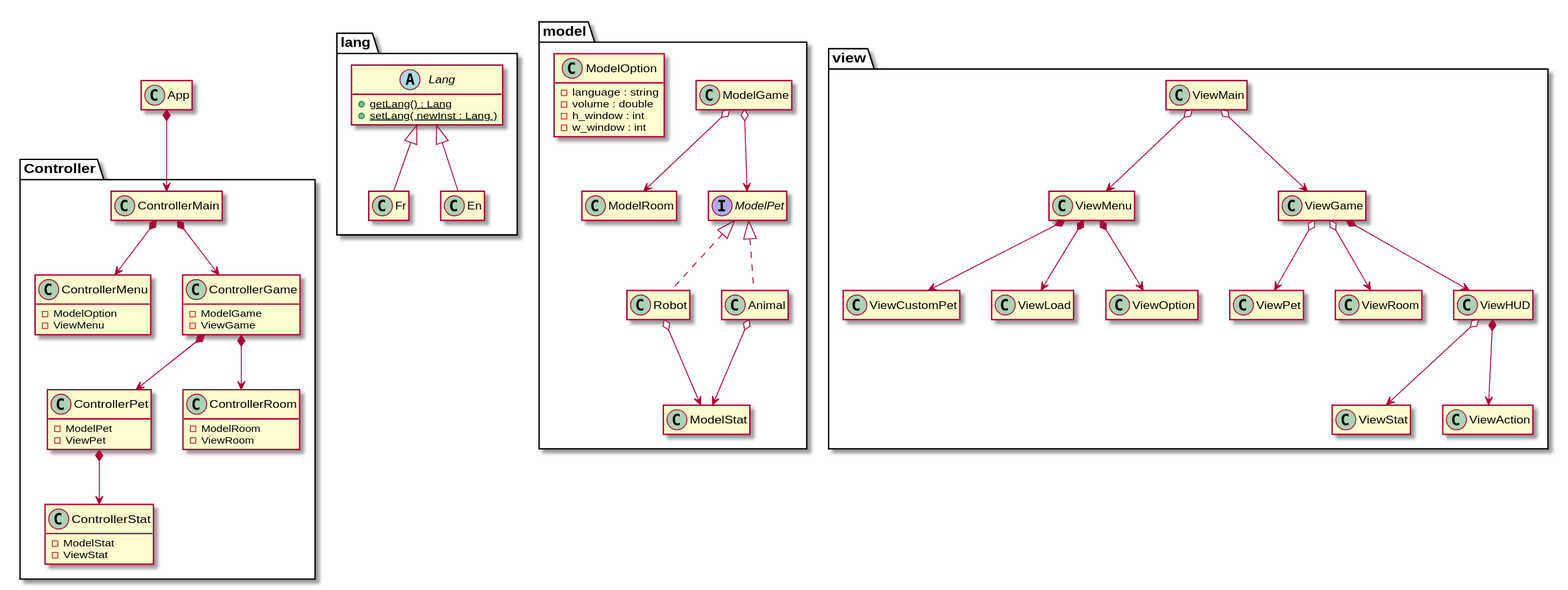
Earlier version of the PlantUML export diagrams/svg/diagram-class.svg (83NJAM1/Tamagotchi). The source it was exported from:
```plantuml
@startuml

hide empty attributes
hide empty methods

class App


package lang {
	abstract class Lang {
		+ {method} {static} getLang() : Lang
		+ {method} {static} setLang( newInst : Lang )
	}

	class Fr
	Class En

	Lang <|-- Fr
	Lang <|-- En
}

package model {
    class ModelRoom
    class ModelGame
    class ModelStat
    class ModelOption {
    	-language : string
	    -volume : double
	    -h_window : int
	    -w_window : int
    }
    interface ModelPet
    class Robot
    class Animal

    ModelPet <|.. Robot
    ModelPet <|.. Animal
    Animal o--> ModelStat
    Robot o--> ModelStat
    ModelGame o--> ModelPet
    ModelGame o--> ModelRoom
}

package view {
	class ViewMain
    class ViewPet
    class ViewRoom
    class ViewStat
    class ViewMenu
    class ViewCustomPet
    class ViewLoad
    class ViewAction
    class ViewOption
    class ViewGame
    class ViewHUD

    ViewMain o--> ViewGame
    ViewMain o--> ViewMenu
    ViewMenu *--> ViewOption
    ViewMenu *--> ViewCustomPet
    ViewMenu *--> ViewLoad
    ViewGame *--> ViewHUD
    ViewHUD  *--> ViewAction
    ViewHUD  o--> ViewStat
    ViewGame o--> ViewRoom
    ViewGame o--> ViewPet
}

package Controller {
    class ControllerMain

    class ControllerPet {
        -ModelPet
        -ViewPet
    }
    class ControllerRoom {
        -ModelRoom
        -ViewRoom
    }
    class ControllerStat {
        -ModelStat
        -ViewStat
    }
    class ControllerMenu {
        -ModelOption
        -ViewMenu
    }
    class ControllerGame {
        -ModelGame
        -ViewGame
    }

    ControllerPet *--> ControllerStat
    ControllerGame *--> ControllerPet
    ControllerGame *--> ControllerRoom
    ControllerMain *--> ControllerGame
    ControllerMain *--> ControllerMenu

}

App *--> ControllerMain

@enduml
```
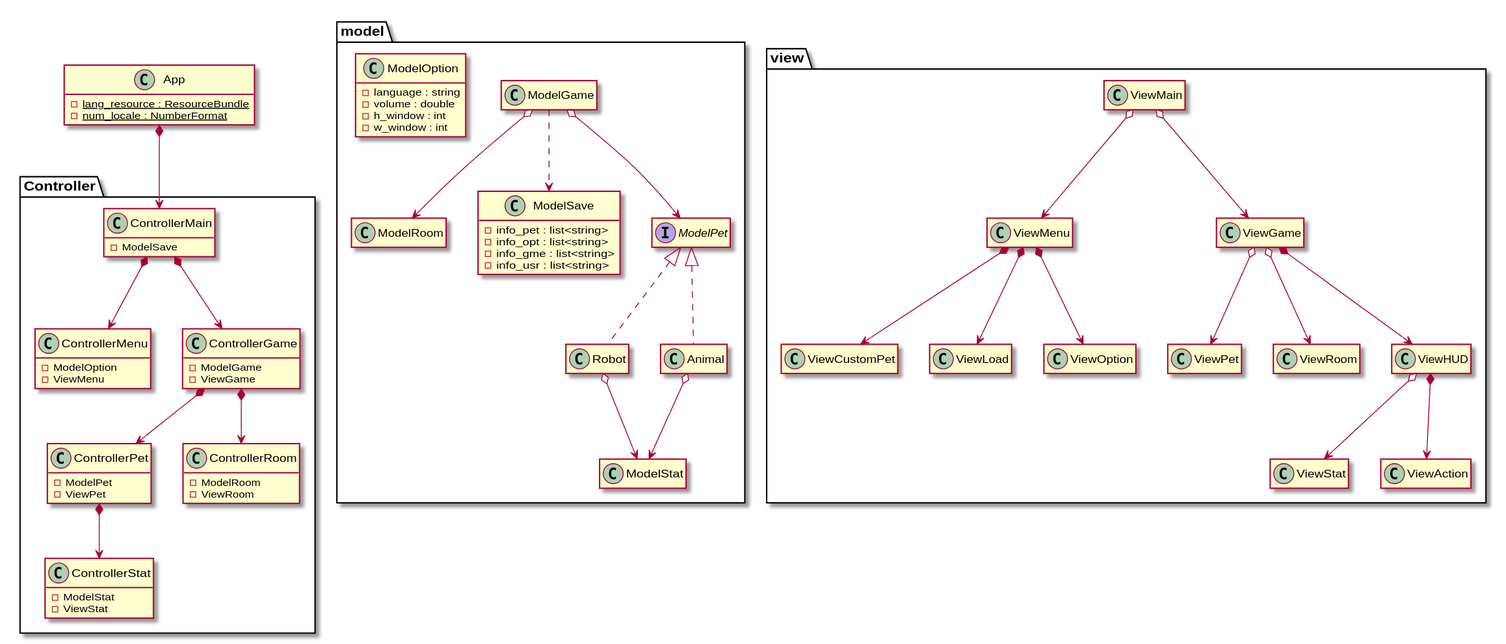
The same file after the commit.

Commit message:
update : ajout de Save (pas encore fonctionnel) + modif diagram class

Change to the diagram source:
```diff
@@ -3,21 +3,11 @@
 hide empty attributes
 hide empty methods
 
-class App
+class App {
+	-{static}lang_resource : ResourceBundle
+	-{static}num_locale : NumberFormat
+}
 
-
-package lang {
-	abstract class Lang {
-		+ {method} {static} getLang() : Lang
-		+ {method} {static} setLang( newInst : Lang )
-	}
-
-	class Fr
-	Class En
-
-	Lang <|-- Fr
-	Lang <|-- En
-}
 
 package model {
     class ModelRoom
@@ -29,6 +19,12 @@
 	    -h_window : int
 	    -w_window : int
     }
+    class ModelSave {
+    	-info_pet : list<string>
+    	-info_opt : list<string>
+    	-info_gme : list<string>
+    	-info_usr : list<string>
+    }
     interface ModelPet
     class Robot
     class Animal
@@ -39,6 +35,7 @@
     Robot o--> ModelStat
     ModelGame o--> ModelPet
     ModelGame o--> ModelRoom
+    ModelGame ..> ModelSave
 }
 
 package view {
@@ -67,7 +64,9 @@
 }
 
 package Controller {
-    class ControllerMain
+    class ControllerMain {
+    	-ModelSave
+    }
 
     class ControllerPet {
         -ModelPet
```
